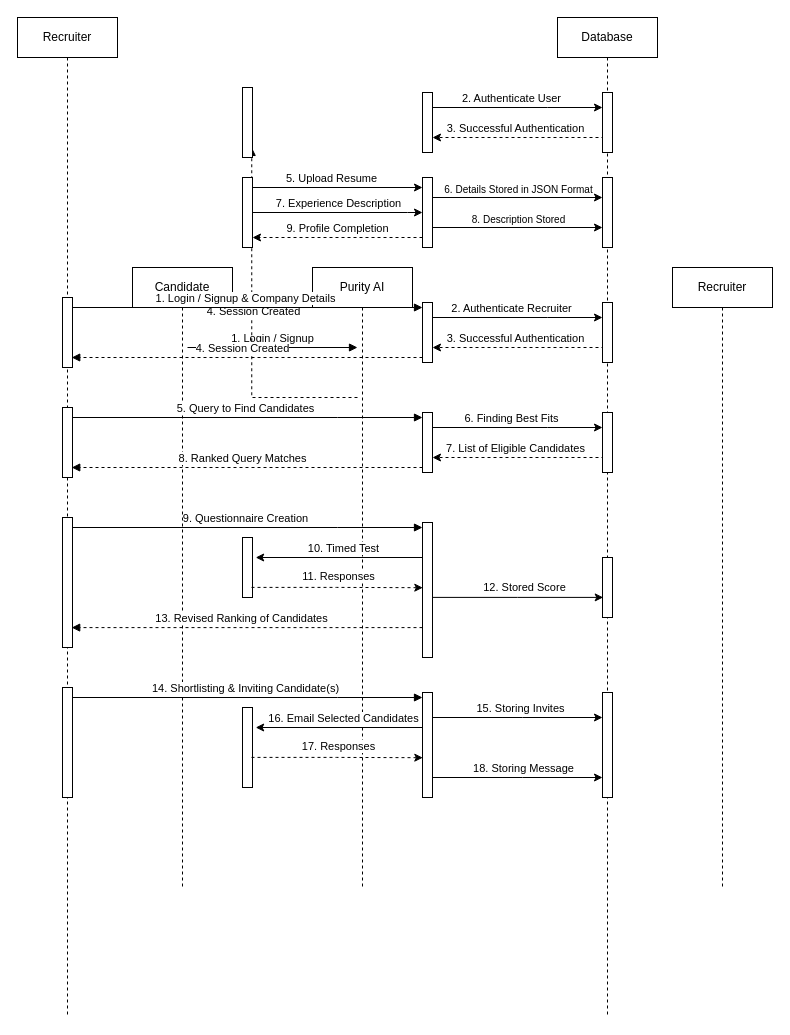
Above: diagrams/Sequence Diagram.drawio in ParthKapoor-dev/Purity.AI (draw.io), before the change. Source tidied: cells renumbered, new cells numbered last; positions are measured from the earlier drawing's top-left corner, leaving out a move shared by most shapes. Both pictures are drawn from the tidied source at 100%, with x=0, y=0 at pixel (17, 17).
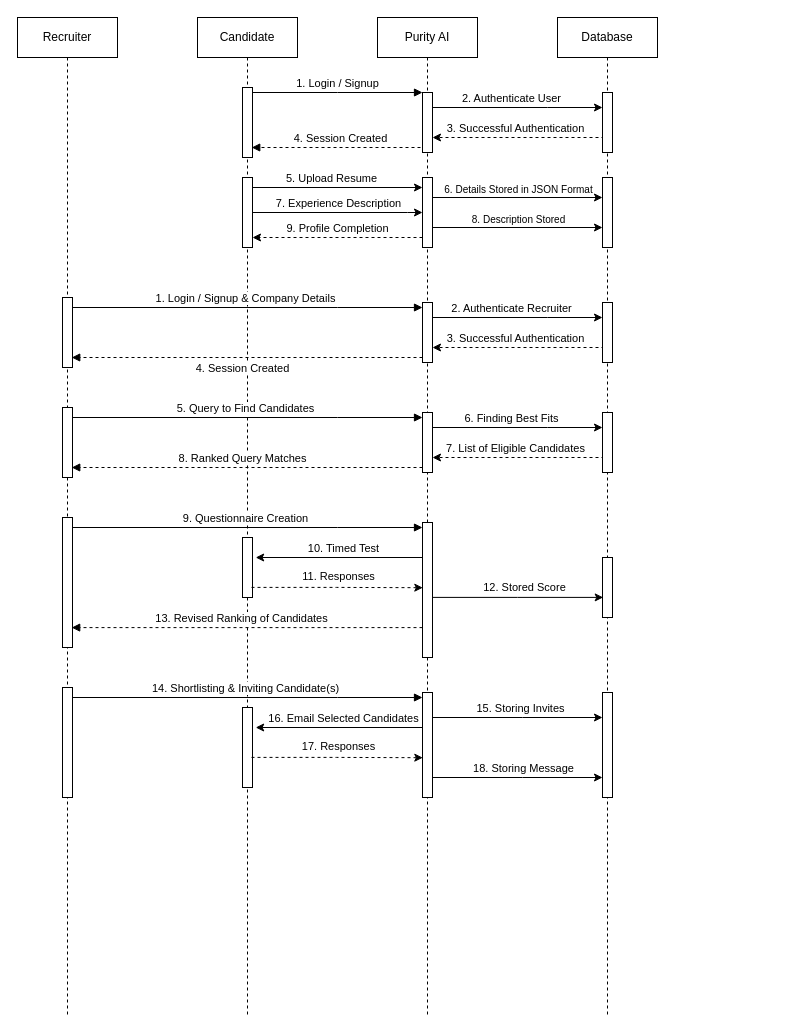
Above is the later version.

Commit message:
Sequence Diagram Phase-1 Compl

Unchanged cells that the change refers to:
```xml
<mxCell id="13" style="rounded=0;whiteSpace=wrap;html=1;" parent="1" vertex="1">
  <mxGeometry x="225" y="70" width="10" height="70" as="geometry" />
</mxCell>
<mxCell id="14" style="whiteSpace=wrap;html=1;rounded=0;" parent="1" vertex="1">
  <mxGeometry x="405" y="75" width="10" height="60" as="geometry" />
</mxCell>
<mxCell id="31" style="html=1;verticalAlign=bottom;endArrow=block;edgeStyle=elbowEdgeStyle;elbow=vertical;curved=0;rounded=0;entryX=0.925;entryY=0.856;entryDx=0;entryDy=0;entryPerimeter=0;dashed=1;" parent="1" edge="1" target="37">
  <mxGeometry relative="1" as="geometry">
    <mxPoint x="405" y="340" as="sourcePoint" />
    <Array as="points">
      <mxPoint x="370" y="340" />
      <mxPoint x="330" y="330" />
    </Array>
  </mxGeometry>
</mxCell>
```

Diff of the diagram source:
```diff
@@
     <mxCell id="2" value="Candidate" style="shape=umlLifeline;perimeter=lifelinePerimeter;whiteSpace=wrap;html=1;newEdgeStyle={&quot;edgeStyle&quot;:&quot;elbowEdgeStyle&quot;,&quot;elbow&quot;:&quot;vertical&quot;,&quot;curved&quot;:0,&quot;rounded&quot;:0};" parent="1" vertex="1">
-      <mxGeometry x="115" y="250" width="100" height="620" as="geometry" />
+      <mxGeometry x="180" width="100" height="1000" as="geometry" />
     </mxCell>
     <mxCell id="3" value="Purity AI" style="shape=umlLifeline;perimeter=lifelinePerimeter;whiteSpace=wrap;html=1;newEdgeStyle={&quot;edgeStyle&quot;:&quot;elbowEdgeStyle&quot;,&quot;elbow&quot;:&quot;vertical&quot;,&quot;curved&quot;:0,&quot;rounded&quot;:0};" parent="1" vertex="1">
-      <mxGeometry x="295" y="250" width="100" height="620" as="geometry" />
+      <mxGeometry x="360" width="100" height="1000" as="geometry" />
     </mxCell>
     <mxCell id="4" value="1. Login / Signup" style="html=1;verticalAlign=bottom;endArrow=block;edgeStyle=elbowEdgeStyle;elbow=vertical;curved=0;rounded=0;" parent="1" edge="1">
       <mxGeometry relative="1" as="geometry">
-        <mxPoint x="170" y="330" as="sourcePoint" />
-        <mxPoint x="340" y="330" as="targetPoint" />
+        <mxPoint x="235" y="75" as="sourcePoint" />
+        <mxPoint x="405" y="75" as="targetPoint" />
         <Array as="points">
-          <mxPoint x="255" y="330" />
+          <mxPoint x="320" y="75" />
         </Array>
       </mxGeometry>
     </mxCell>
-    <mxCell id="5" style="html=1;verticalAlign=bottom;endArrow=block;edgeStyle=elbowEdgeStyle;elbow=vertical;curved=0;rounded=0;entryX=0.925;entryY=0.856;entryDx=0;entryDy=0;entryPerimeter=0;dashed=1;" parent="1" edge="1" target="13">
+    <mxCell id="5" style="html=1;verticalAlign=bottom;endArrow=block;edgeStyle=elbowEdgeStyle;elbow=vertical;curved=0;rounded=0;entryX=0.925;entryY=0.856;entryDx=0;entryDy=0;entryPerimeter=0;dashed=1;exitX=0;exitY=0.75;exitDx=0;exitDy=0;" parent="1" edge="1" source="14" target="13">
       <mxGeometry relative="1" as="geometry">
-        <mxPoint x="340" y="380" as="sourcePoint" />
         <Array as="points">
-          <mxPoint x="305" y="380" />
+          <mxPoint x="335" y="130" />
           <mxPoint x="265" y="370" />
         </Array>
       </mxGeometry>
     </mxCell>
@@
-    <mxCell id="10" value="Recruiter" style="shape=umlLifeline;perimeter=lifelinePerimeter;whiteSpace=wrap;html=1;newEdgeStyle={&quot;edgeStyle&quot;:&quot;elbowEdgeStyle&quot;,&quot;elbow&quot;:&quot;vertical&quot;,&quot;curved&quot;:0,&quot;rounded&quot;:0};" parent="1" vertex="1">
-      <mxGeometry x="655" y="250" width="100" height="620" as="geometry" />
-    </mxCell>
@@
     <mxCell id="32" value="4. Session Created" style="edgeLabel;html=1;align=center;verticalAlign=middle;" parent="31" vertex="1">
       <mxGeometry x="0.03" y="-1" relative="1" as="geometry">
-        <mxPoint y="-9" as="offset" />
+        <mxPoint y="11" as="offset" />
       </mxGeometry>
     </mxCell>
```
